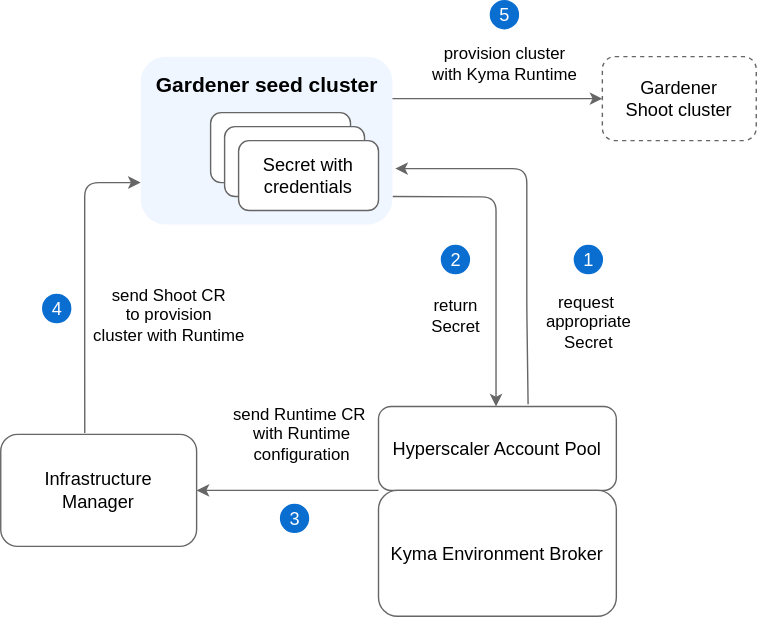
Before: docs/assets/hap-flow.drawio.svg, a diagram exported from draw.io (kyma-project/kyma-environment-broker). Source tidied: cells renumbered, new cells last; positions are measured from the earlier drawing's top-left corner, leaving out a move shared by most shapes.
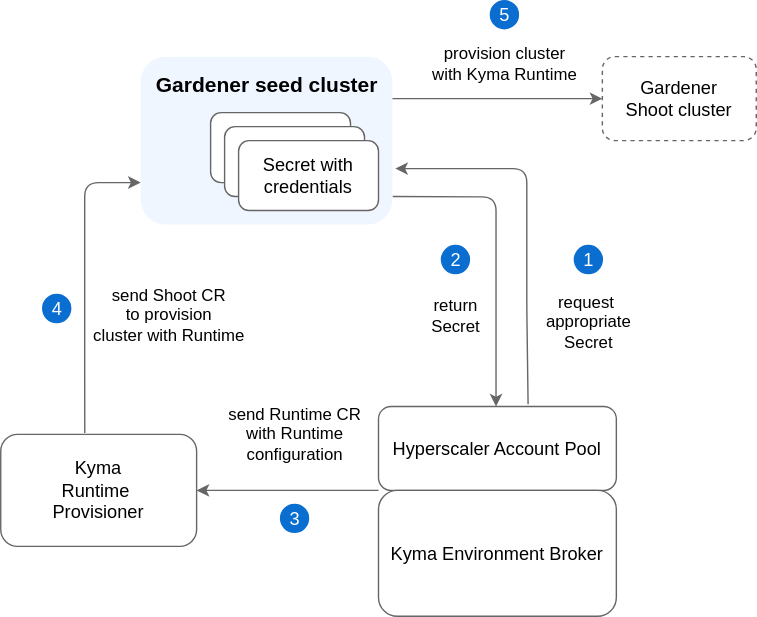
After the change.

Change to the diagram source:
```diff
@@ -18,7 +18,7 @@
     <mxCell id="4" value="&lt;font style=&quot;font-size: 13px&quot;&gt;Gardener &lt;br&gt;Shoot cluster&lt;/font&gt;" style="rounded=1;whiteSpace=wrap;html=1;strokeColor=#666666;dashed=1;" parent="1" vertex="1">
       <mxGeometry x="430" y="40" width="110" height="60" as="geometry" />
     </mxCell>
-    <mxCell id="5" value="&lt;span style=&quot;font-size: 13px;&quot;&gt;Infrastructure&lt;/span&gt;&lt;div&gt;&lt;span style=&quot;font-size: 13px;&quot;&gt;Manager&lt;/span&gt;&lt;/div&gt;" style="rounded=1;whiteSpace=wrap;html=1;strokeColor=#666666;" parent="1" vertex="1">
+    <mxCell id="5" value="&lt;font style=&quot;font-size: 13px&quot;&gt;Kyma&lt;/font&gt;&lt;div&gt;&lt;font style=&quot;font-size: 13px&quot;&gt;Runtime&amp;nbsp;&lt;/font&gt;&lt;/div&gt;&lt;div&gt;&lt;font style=&quot;font-size: 13px&quot;&gt;Provisioner&lt;/font&gt;&lt;/div&gt;" style="rounded=1;whiteSpace=wrap;html=1;strokeColor=#666666;" parent="1" vertex="1">
       <mxGeometry y="310" width="140" height="80" as="geometry" />
     </mxCell>
     <mxCell id="6" value="&lt;b&gt;&lt;font style=&quot;font-size: 15px&quot;&gt;Gardener seed cluster&lt;/font&gt;&lt;/b&gt;" style="text;html=1;align=center;verticalAlign=middle;" parent="1" vertex="1">
@@ -65,8 +65,8 @@
     <mxCell id="16" value="3" style="text;html=1;align=center;verticalAlign=middle;fillColor=none;strokeColor=none;rounded=0;fontColor=#FFFFFF;fontSize=13;" parent="14" vertex="1">
       <mxGeometry width="20" height="20" as="geometry" />
     </mxCell>
-    <mxCell id="17" value="send Runtime CR&amp;nbsp;&lt;div&gt;with Runtime &lt;br&gt;configuration&lt;/div&gt;" style="text;html=1;align=center;verticalAlign=middle;" parent="1" vertex="1">
-      <mxGeometry x="155" y="280" width="120" height="60" as="geometry" />
+    <mxCell id="17" value="send Runtime CR&lt;br&gt;with Runtime &lt;br&gt;configuration" style="text;html=1;align=center;verticalAlign=middle;" parent="1" vertex="1">
+      <mxGeometry x="150" y="280" width="120" height="60" as="geometry" />
     </mxCell>
     <mxCell id="18" value="&lt;font style=&quot;font-size: 15px&quot;&gt;Secret with credentials&lt;/font&gt;" style="rounded=1;whiteSpace=wrap;html=1;strokeColor=#666666;" parent="1" vertex="1">
       <mxGeometry x="160" y="90" width="100" height="50" as="geometry" />
```
